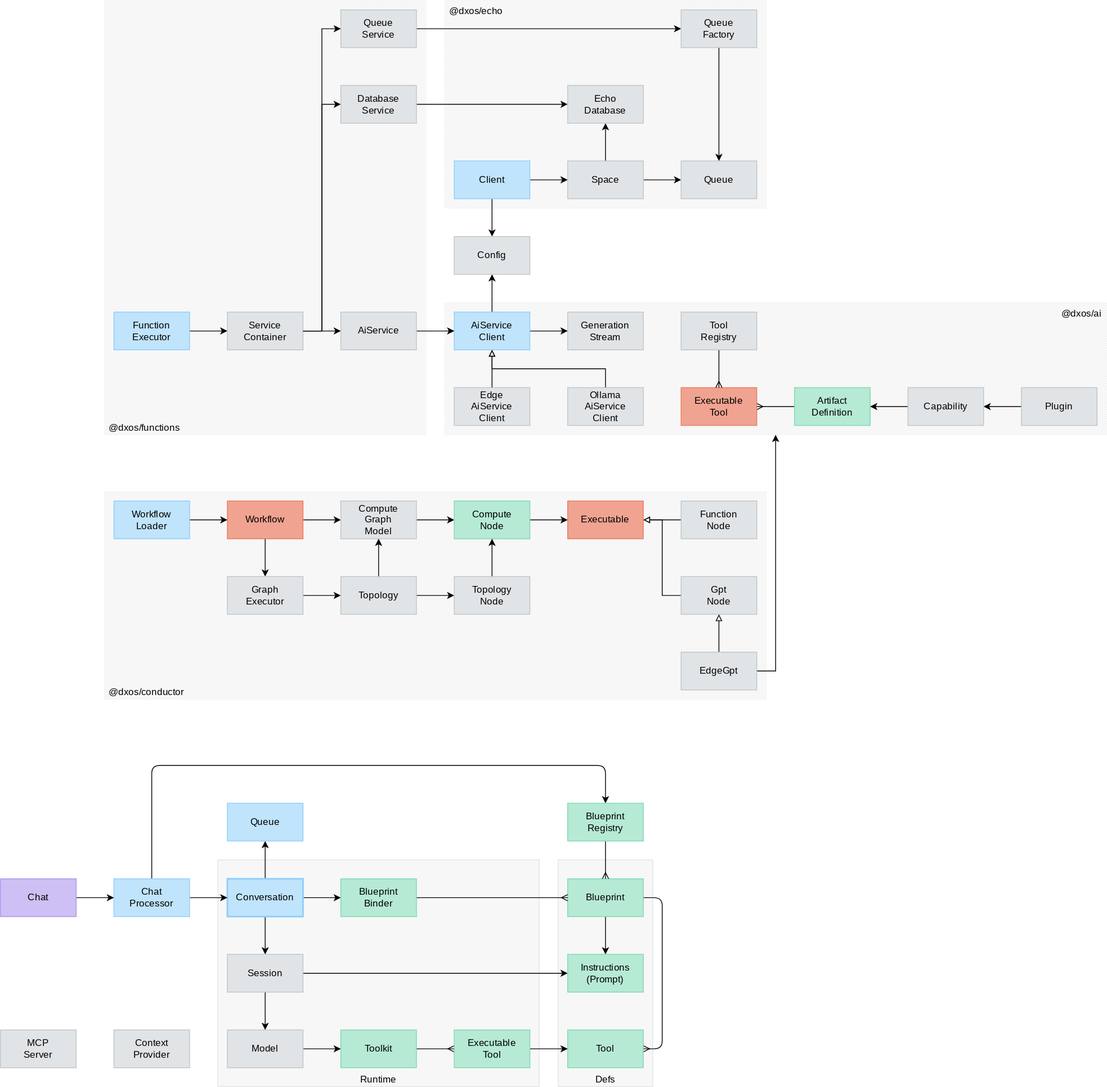
Before: packages/core/ai/docs/ai.drawio.svg, a diagram exported from draw.io (dxos/dxos). Source tidied: cells renumbered, new cells last; positions are measured from the earlier drawing's top-left corner, leaving out a move shared by most shapes.
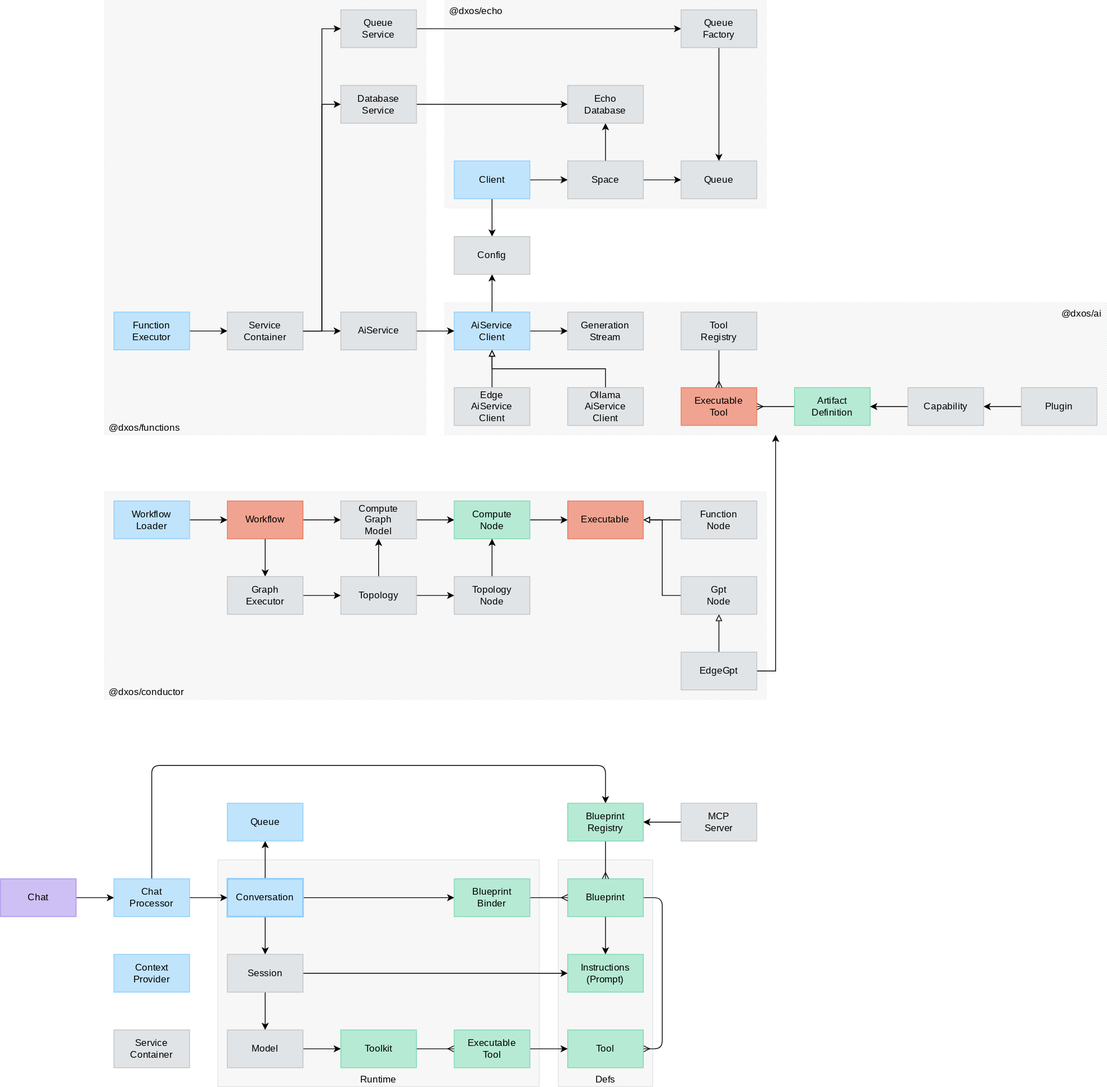
Later version of the same file.

The edit, as a diff of the source:
```diff
@@ -307,8 +307,11 @@
     <mxCell id="91" value="Chat&lt;br&gt;Processor" style="rounded=0;whiteSpace=wrap;html=1;fontFamily=Space Grotesk;fontSource=https%3A%2F%2Ffonts.googleapis.com%2Fcss%3Ffamily%3DSpace%2BGrotesk;fillColor=#C0E4FC;fontColor=#000000;strokeColor=#8DCDFA;" parent="1" vertex="1">
       <mxGeometry x="144" y="1116" width="96" height="48" as="geometry" />
     </mxCell>
+    <mxCell id="102" style="edgeStyle=none;html=1;exitX=0;exitY=0.5;exitDx=0;exitDy=0;" parent="1" edge="1" source="92" target="96">
+      <mxGeometry relative="1" as="geometry" />
+    </mxCell>
     <mxCell id="92" value="MCP&lt;br&gt;Server" style="rounded=0;whiteSpace=wrap;html=1;fontFamily=Space Grotesk;fontSource=https%3A%2F%2Ffonts.googleapis.com%2Fcss%3Ffamily%3DSpace%2BGrotesk;fillColor=#E1E4E6;fontColor=#000000;strokeColor=#C0C3C5;" parent="1" vertex="1">
-      <mxGeometry y="1308" width="96" height="48" as="geometry" />
+      <mxGeometry x="864" y="1020" width="96" height="48" as="geometry" />
     </mxCell>
     <mxCell id="93" style="edgeStyle=none;html=1;exitX=1;exitY=0.5;exitDx=0;exitDy=0;" parent="1" edge="1" source="94" target="91">
       <mxGeometry relative="1" as="geometry" />
@@ -323,10 +326,10 @@
       <mxGeometry x="720" y="1020" width="96" height="48" as="geometry" />
     </mxCell>
     <mxCell id="97" value="Blueprint&lt;div&gt;Binder&lt;/div&gt;" style="rounded=0;whiteSpace=wrap;html=1;fontFamily=Space Grotesk;fontSource=https%3A%2F%2Ffonts.googleapis.com%2Fcss%3Ffamily%3DSpace%2BGrotesk;fillColor=#B6EAD5;fontColor=#000000;strokeColor=#7CD7AF;" parent="1" vertex="1">
-      <mxGeometry x="432" y="1116" width="96" height="48" as="geometry" />
+      <mxGeometry x="576" y="1116" width="96" height="48" as="geometry" />
     </mxCell>
-    <mxCell id="98" value="Context&lt;div&gt;Provider&lt;/div&gt;" style="rounded=0;whiteSpace=wrap;html=1;fontFamily=Space Grotesk;fontSource=https%3A%2F%2Ffonts.googleapis.com%2Fcss%3Ffamily%3DSpace%2BGrotesk;fillColor=#E1E4E6;fontColor=#000000;strokeColor=#C0C3C5;" parent="1" vertex="1">
-      <mxGeometry x="144" y="1308" width="96" height="48" as="geometry" />
+    <mxCell id="98" value="Context&lt;div&gt;Provider&lt;/div&gt;" style="rounded=0;whiteSpace=wrap;html=1;fontFamily=Space Grotesk;fontSource=https%3A%2F%2Ffonts.googleapis.com%2Fcss%3Ffamily%3DSpace%2BGrotesk;fillColor=#C0E4FC;fontColor=#000000;strokeColor=#8DCDFA;" parent="1" vertex="1">
+      <mxGeometry x="144" y="1212" width="96" height="48" as="geometry" />
     </mxCell>
     <mxCell id="99" value="Queue" style="rounded=0;whiteSpace=wrap;html=1;fontFamily=Space Grotesk;fontSource=https%3A%2F%2Ffonts.googleapis.com%2Fcss%3Ffamily%3DSpace%2BGrotesk;fillColor=#C0E4FC;fontColor=#000000;strokeColor=#8DCDFA;" parent="1" vertex="1">
       <mxGeometry x="288" y="1020" width="96" height="48" as="geometry" />
@@ -337,5 +340,8 @@
     <mxCell id="101" value="Executable&lt;br&gt;Tool" style="rounded=0;whiteSpace=wrap;html=1;fontFamily=Space Grotesk;fontSource=https%3A%2F%2Ffonts.googleapis.com%2Fcss%3Ffamily%3DSpace%2BGrotesk;fillColor=#B6EAD5;fontColor=#000000;strokeColor=#7CD7AF;" parent="1" vertex="1">
       <mxGeometry x="576" y="1308" width="96" height="48" as="geometry" />
     </mxCell>
+    <mxCell id="103" value="Service&lt;br&gt;Container" style="rounded=0;whiteSpace=wrap;html=1;fontFamily=Space Grotesk;fontSource=https%3A%2F%2Ffonts.googleapis.com%2Fcss%3Ffamily%3DSpace%2BGrotesk;fillColor=#E1E4E6;fontColor=#000000;strokeColor=#C0C3C5;" parent="1" vertex="1">
+      <mxGeometry x="144" y="1308" width="96" height="48" as="geometry" />
+    </mxCell>
   </root>
 </mxGraphModel>
```
